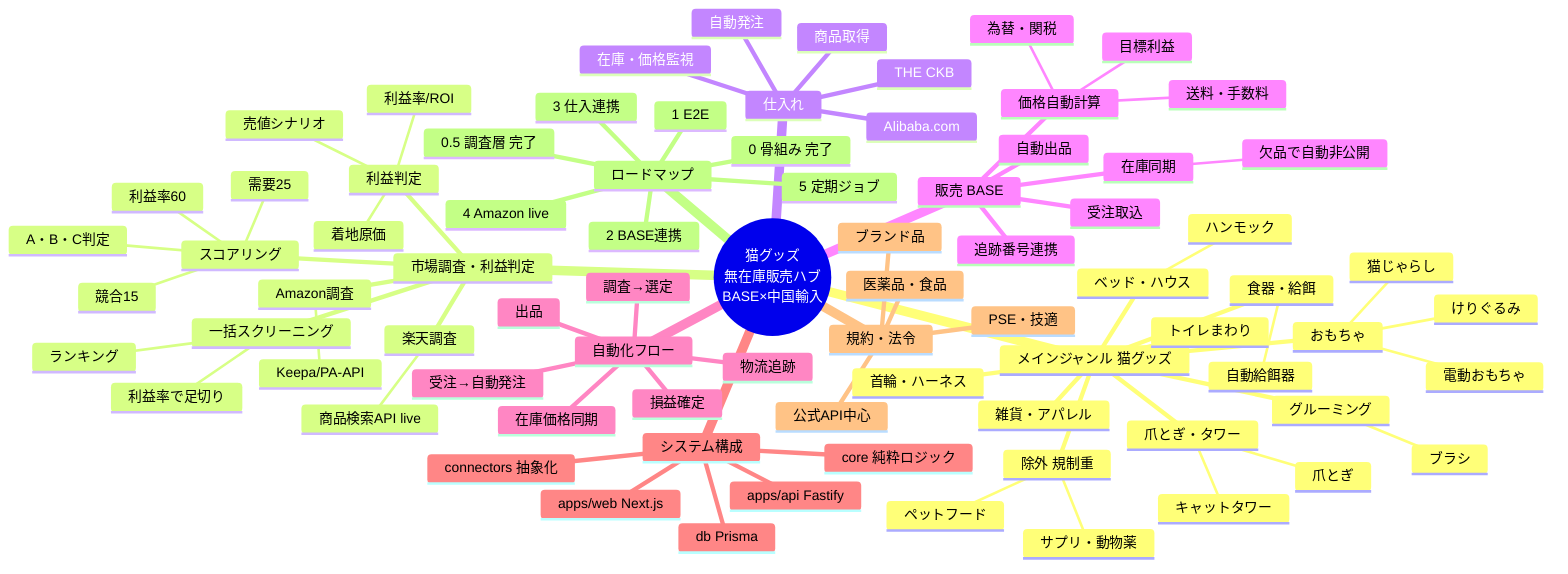
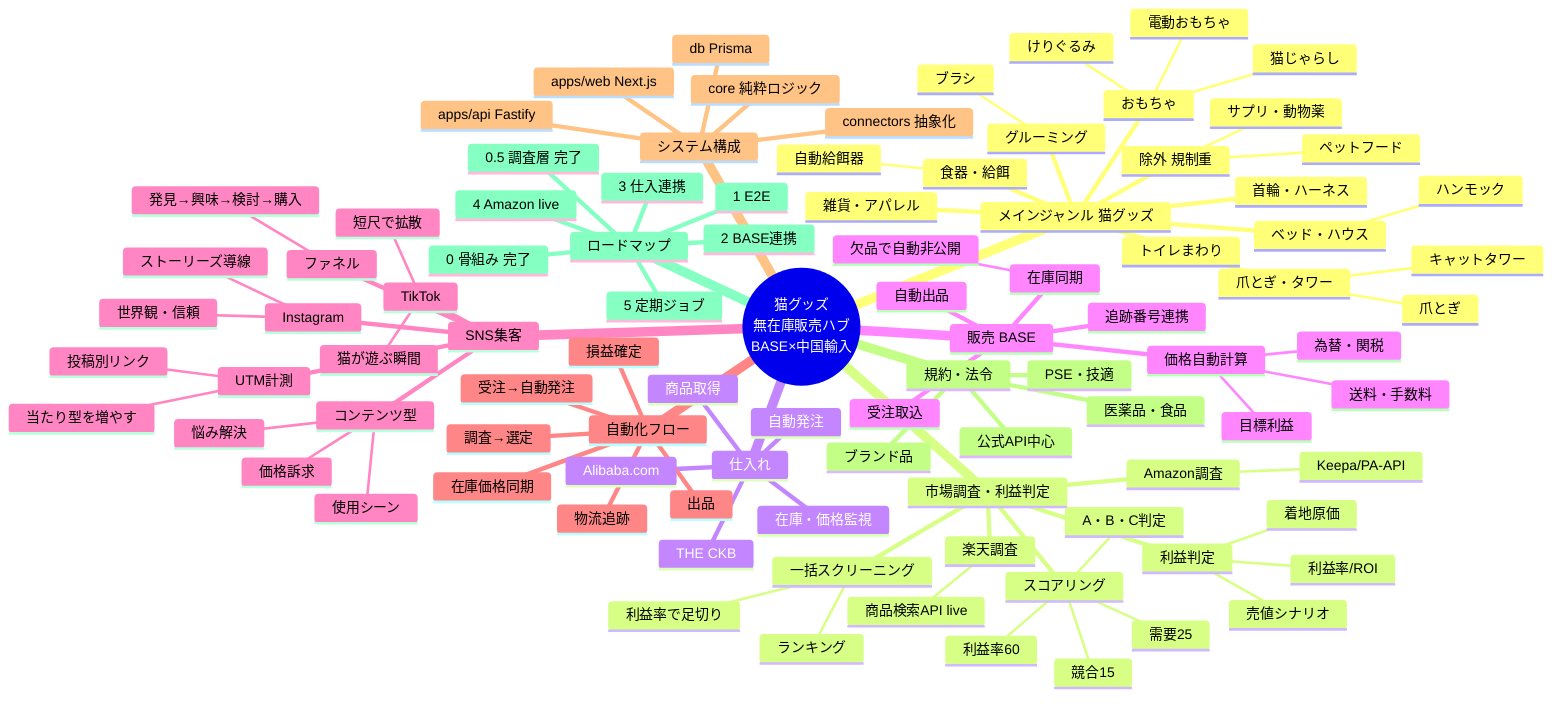
mindmap
  root((猫グッズ<br/>無在庫販売ハブ<br/>BASE×中国輸入))
    メインジャンル 猫グッズ
      おもちゃ
        猫じゃらし
        けりぐるみ
        電動おもちゃ
      爪とぎ・タワー
        キャットタワー
        爪とぎ
      ベッド・ハウス
        ハンモック
      首輪・ハーネス
      トイレまわり
      食器・給餌
        自動給餌器
      グルーミング
        ブラシ
      雑貨・アパレル
      除外 規制重
        ペットフード
        サプリ・動物薬
    市場調査・利益判定
      Amazon調査
        Keepa/PA-API
      楽天調査
        商品検索API live
      利益判定
        着地原価
        利益率/ROI
        売値シナリオ
      スコアリング
        利益率60
        需要25
        競合15
        A・B・C判定
      一括スクリーニング
        利益率で足切り
        ランキング
    仕入れ
      Alibaba.com
      THE CKB
      商品取得
      在庫・価格監視
      自動発注
    販売 BASE
      自動出品
      価格自動計算
        為替・関税
        送料・手数料
        目標利益
      在庫同期
        欠品で自動非公開
      受注取込
      追跡番号連携
+     SNS集客
+       TikTok
+         短尺で拡散
+         猫が遊ぶ瞬間
+       Instagram
+         世界観・信頼
+         ストーリーズ導線
+       ファネル
+         発見→興味→検討→購入
+       コンテンツ型
+         使用シーン
+         悩み解決
+         価格訴求
+       UTM計測
+         投稿別リンク
+         当たり型を増やす
    自動化フロー
      調査→選定
      出品
      在庫価格同期
      受注→自動発注
      物流追跡
      損益確定
    システム構成
      apps/api Fastify
      apps/web Next.js
      core 純粋ロジック
      connectors 抽象化
      db Prisma
    規約・法令
      ブランド品
      PSE・技適
      医薬品・食品
      公式API中心
    ロードマップ
      0 骨組み 完了
      0.5 調査層 完了
      1 E2E
      2 BASE連携
      3 仕入連携
      4 Amazon live
      5 定期ジョブ
